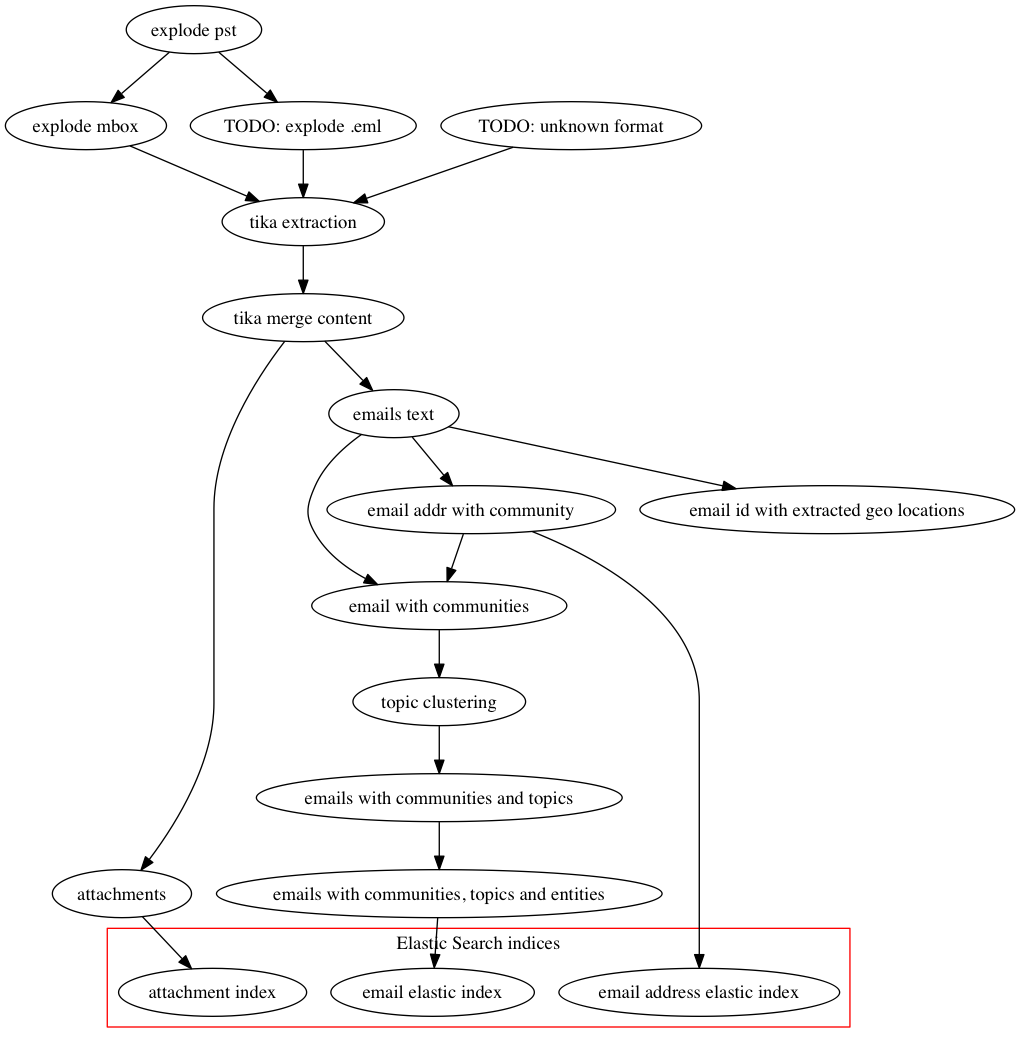
This is etc/workflow.png from Sotera/pst-extraction, a Graphviz export, as it was before one commit. Its source is kept beside it as etc/workflow.dot.
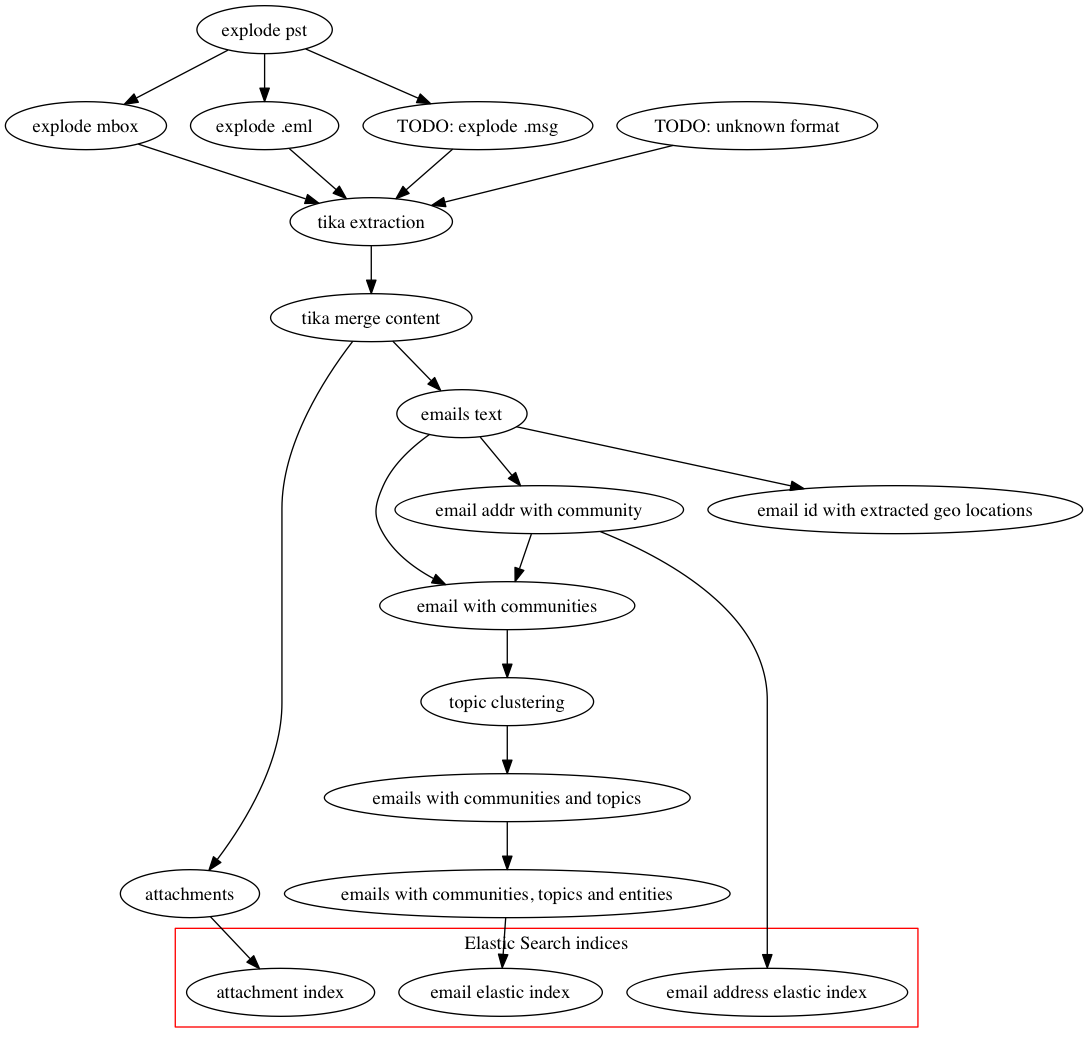
The same file after the commit.

Change to the diagram source:
```diff
@@ -1,7 +1,8 @@
 digraph G {
-   pst [label="explode pst"] ;
+   pst [label="pst"] ;
    mbox [label="explode mbox"] ;
-   eml [label="TODO: explode .eml"] ;
+   eml [label="explode .eml"] ;
+   msg [label="TODO: explode .msg"] ;
    other [label="TODO: unknown format"] ;
    tika [label="tika extraction"] ;
    tika_merge [label="tika merge content"] ;
@@ -21,7 +22,9 @@
 
    pst -> mbox ;
    pst -> eml ;
+   pst -> msg ;
    eml -> tika ;
+   msg -> tika ;
    mbox -> tika ;
    other -> tika ;
    tika -> tika_merge ;
```
